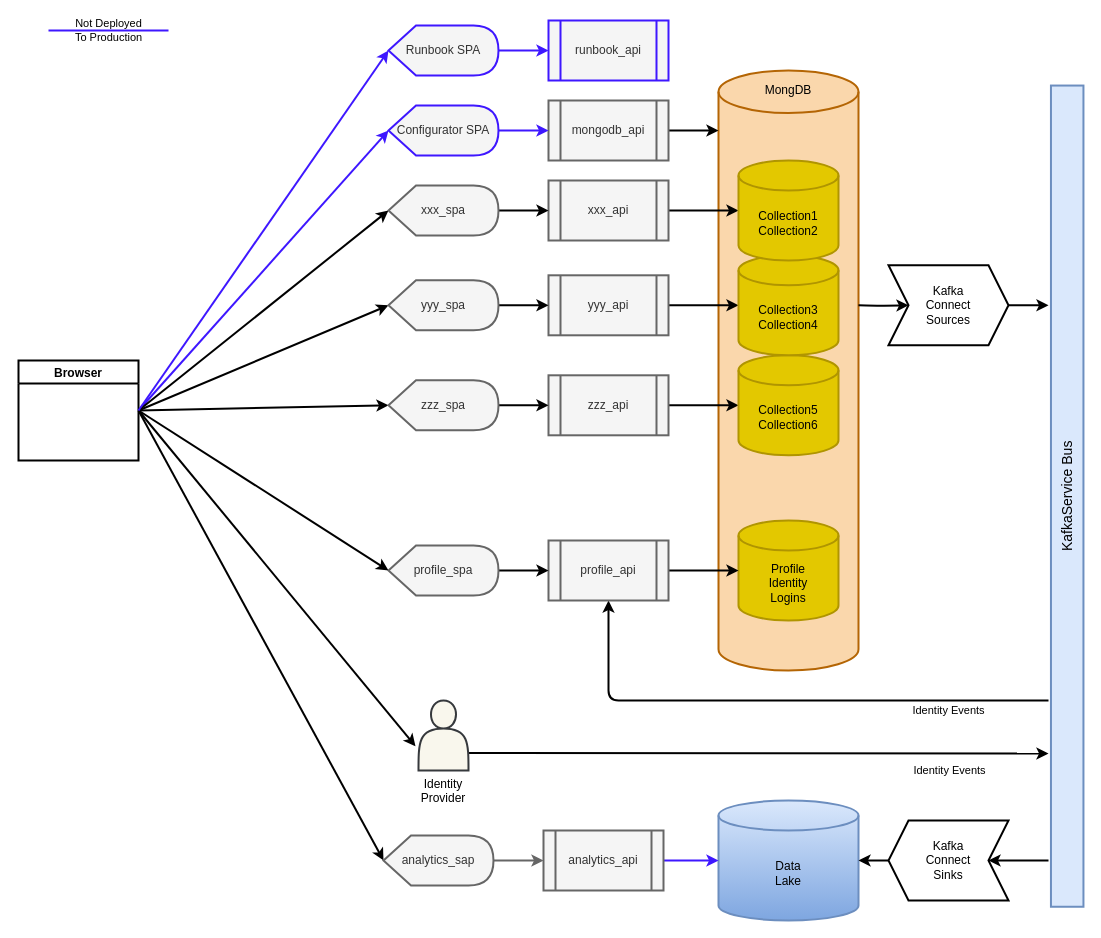
Above: .stage0_template/test_expected/Specifications/ArchitectureDiagram.drawio in agile-learning-institute/stage0_template_umbrella (draw.io), before the change. Source tidied: cells renumbered, new cells numbered last; positions are measured from the earlier drawing's top-left corner, leaving out a move shared by most shapes. Both pictures are drawn from the tidied source at 100%, with x=0, y=0 at pixel (18, 20).
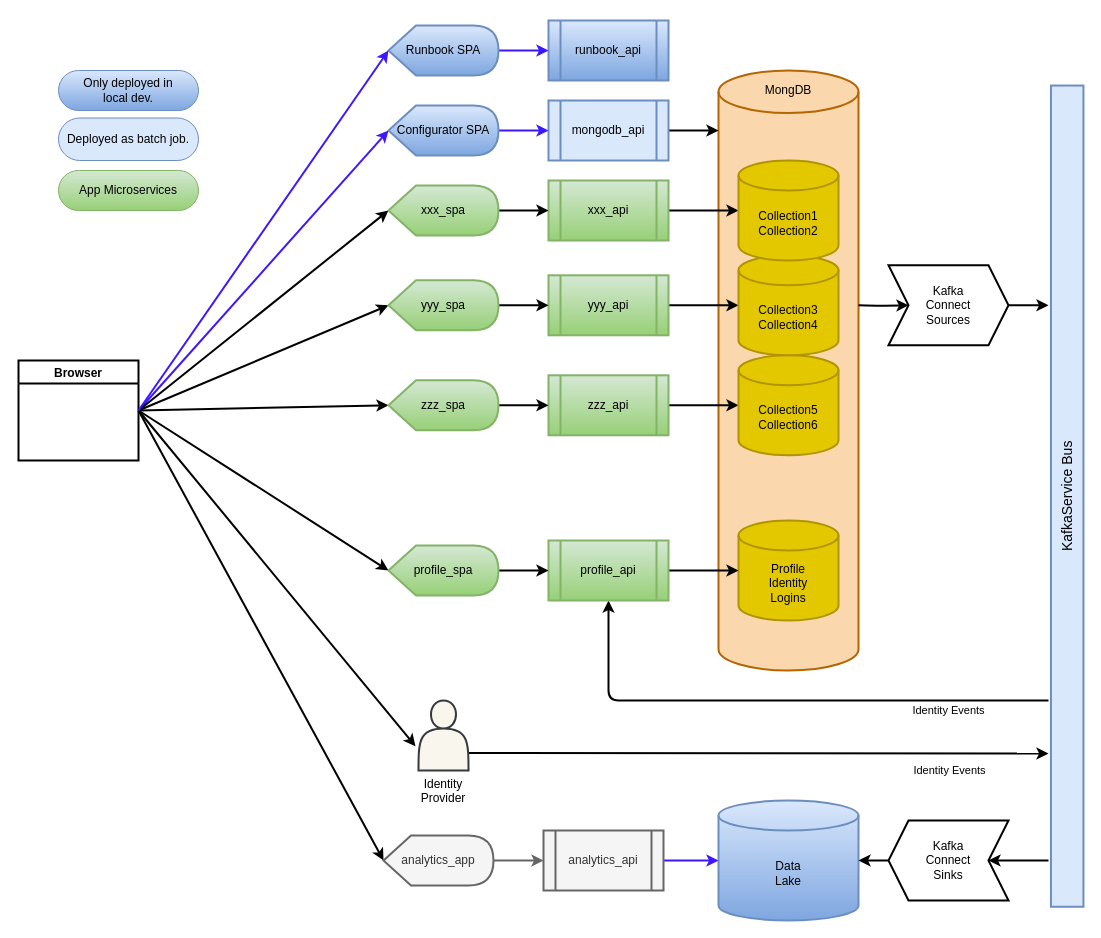
Above is the later version.

Commit message (it also covers changes not shown here):
updated Architecture diagram

Change to the diagram source:
```diff
@@
-    <mxCell id="5" value="mongodb_api" style="shape=process;whiteSpace=wrap;html=1;backgroundOutline=1;strokeColor=#666666;strokeWidth=2;fillColor=#f5f5f5;fontColor=#333333;" parent="1" vertex="1">
+    <mxCell id="5" value="mongodb_api" style="shape=process;whiteSpace=wrap;html=1;backgroundOutline=1;strokeColor=#6c8ebf;strokeWidth=2;fillColor=#dae8fc;fontColor=#000000;" parent="1" vertex="1">
       <mxGeometry x="530" y="80" width="120" height="60" as="geometry" />
     </mxCell>
@@
-    <mxCell id="7" value="Configurator SPA" style="shape=display;whiteSpace=wrap;html=1;strokeWidth=2;strokeColor=#3E17FF;fillColor=#f5f5f5;fontColor=#333333;" parent="1" vertex="1">
+    <mxCell id="7" value="Configurator SPA" style="shape=display;whiteSpace=wrap;html=1;strokeWidth=2;strokeColor=#6c8ebf;fillColor=#dae8fc;gradientColor=#7ea6e0;fontColor=#000000;" parent="1" vertex="1">
       <mxGeometry x="370" y="85" width="110" height="50" as="geometry" />
     </mxCell>
@@
-    <mxCell id="23" value="yyy_api" style="shape=process;whiteSpace=wrap;html=1;backgroundOutline=1;strokeColor=#666666;strokeWidth=2;fillColor=#f5f5f5;fontColor=#333333;" parent="1" vertex="1">
+    <mxCell id="23" value="yyy_api" style="shape=process;whiteSpace=wrap;html=1;backgroundOutline=1;strokeColor=#82b366;strokeWidth=2;fillColor=#d5e8d4;gradientColor=#97d077;fontColor=#000000;" parent="1" vertex="1">
       <mxGeometry x="530" y="254.8" width="120" height="60" as="geometry" />
     </mxCell>
@@
-    <mxCell id="25" value="yyy_spa" style="shape=display;whiteSpace=wrap;html=1;strokeColor=#666666;strokeWidth=2;fillColor=#f5f5f5;fontColor=#333333;" parent="1" vertex="1">
+    <mxCell id="25" value="yyy_spa" style="shape=display;whiteSpace=wrap;html=1;strokeColor=#82b366;strokeWidth=2;fillColor=#d5e8d4;gradientColor=#97d077;fontColor=#000000;" parent="1" vertex="1">
       <mxGeometry x="370" y="259.8" width="110" height="50" as="geometry" />
     </mxCell>
@@
-    <mxCell id="27" value="zzz_api" style="shape=process;whiteSpace=wrap;html=1;backgroundOutline=1;strokeColor=#666666;strokeWidth=2;fillColor=#f5f5f5;fontColor=#333333;" parent="1" vertex="1">
+    <mxCell id="27" value="zzz_api" style="shape=process;whiteSpace=wrap;html=1;backgroundOutline=1;strokeColor=#82b366;strokeWidth=2;fillColor=#d5e8d4;gradientColor=#97d077;fontColor=#000000;" parent="1" vertex="1">
       <mxGeometry x="530" y="354.8" width="120" height="60" as="geometry" />
     </mxCell>
@@
-    <mxCell id="29" value="zzz_spa" style="shape=display;whiteSpace=wrap;html=1;strokeColor=#666666;strokeWidth=2;fillColor=#f5f5f5;fontColor=#333333;" parent="1" vertex="1">
+    <mxCell id="29" value="zzz_spa" style="shape=display;whiteSpace=wrap;html=1;strokeColor=#82b366;strokeWidth=2;fillColor=#d5e8d4;gradientColor=#97d077;fontColor=#000000;" parent="1" vertex="1">
       <mxGeometry x="370" y="359.8" width="110" height="50" as="geometry" />
     </mxCell>
@@
-    <mxCell id="31" value="xxx_api" style="shape=process;whiteSpace=wrap;html=1;backgroundOutline=1;strokeColor=#666666;strokeWidth=2;fillColor=#f5f5f5;fontColor=#333333;" parent="1" vertex="1">
+    <mxCell id="31" value="xxx_api" style="shape=process;whiteSpace=wrap;html=1;backgroundOutline=1;strokeColor=#82b366;strokeWidth=2;fillColor=#d5e8d4;gradientColor=#97d077;fontColor=#000000;" parent="1" vertex="1">
       <mxGeometry x="530" y="160" width="120" height="60" as="geometry" />
     </mxCell>
@@
-    <mxCell id="33" value="xxx_spa&lt;br&gt;" style="shape=display;whiteSpace=wrap;html=1;strokeColor=#666666;strokeWidth=2;fillColor=#f5f5f5;fontColor=#333333;" parent="1" vertex="1">
+    <mxCell id="33" value="xxx_spa&lt;br&gt;" style="shape=display;whiteSpace=wrap;html=1;strokeColor=#82b366;strokeWidth=2;fillColor=#d5e8d4;gradientColor=#97d077;fontColor=#000000;" parent="1" vertex="1">
       <mxGeometry x="370" y="165" width="110" height="50" as="geometry" />
     </mxCell>
@@
-    <mxCell id="37" value="profile_api" style="shape=process;whiteSpace=wrap;html=1;backgroundOutline=1;strokeColor=#666666;strokeWidth=2;fillColor=#f5f5f5;fontColor=#333333;" parent="1" vertex="1">
+    <mxCell id="37" value="profile_api" style="shape=process;whiteSpace=wrap;html=1;backgroundOutline=1;strokeColor=#82b366;strokeWidth=2;fillColor=#d5e8d4;gradientColor=#97d077;fontColor=#000000;" parent="1" vertex="1">
       <mxGeometry x="530" y="520" width="120" height="60" as="geometry" />
     </mxCell>
@@
-    <mxCell id="39" value="profile_spa" style="shape=display;whiteSpace=wrap;html=1;strokeColor=#666666;strokeWidth=2;fillColor=#f5f5f5;fontColor=#333333;" parent="1" vertex="1">
+    <mxCell id="39" value="profile_spa" style="shape=display;whiteSpace=wrap;html=1;strokeColor=#82b366;strokeWidth=2;fillColor=#d5e8d4;gradientColor=#97d077;fontColor=#000000;" parent="1" vertex="1">
       <mxGeometry x="370" y="525" width="110" height="50" as="geometry" />
     </mxCell>
@@
-    <mxCell id="50" value="analytics_sap" style="shape=display;whiteSpace=wrap;html=1;strokeColor=#666666;strokeWidth=2;fillColor=#f5f5f5;fontColor=#333333;" parent="1" vertex="1">
+    <mxCell id="50" value="analytics_app" style="shape=display;whiteSpace=wrap;html=1;strokeColor=#666666;strokeWidth=2;fillColor=#f5f5f5;fontColor=#333333;" parent="1" vertex="1">
       <mxGeometry x="365" y="815" width="110" height="50" as="geometry" />
     </mxCell>
-    <mxCell id="51" value="runbook_api" style="shape=process;whiteSpace=wrap;html=1;backgroundOutline=1;strokeColor=#3E17FF;strokeWidth=2;fillColor=#f5f5f5;fontColor=#333333;" parent="1" vertex="1">
+    <mxCell id="51" value="runbook_api" style="shape=process;whiteSpace=wrap;html=1;backgroundOutline=1;strokeColor=#6c8ebf;strokeWidth=2;fillColor=#dae8fc;gradientColor=#7ea6e0;fontColor=#000000;" parent="1" vertex="1">
       <mxGeometry x="530" width="120" height="60" as="geometry" />
     </mxCell>
@@
-    <mxCell id="53" value="Runbook SPA" style="shape=display;whiteSpace=wrap;html=1;strokeWidth=2;strokeColor=#3E17FF;fillColor=#f5f5f5;fontColor=#333333;" parent="1" vertex="1">
+    <mxCell id="53" value="Runbook SPA" style="shape=display;whiteSpace=wrap;html=1;strokeWidth=2;strokeColor=#6c8ebf;fillColor=#dae8fc;gradientColor=#7ea6e0;fontColor=#000000;" parent="1" vertex="1">
       <mxGeometry x="370" y="5" width="110" height="50" as="geometry" />
     </mxCell>
@@
-    <mxCell id="55" value="Not Deployed&lt;br&gt;To Production" style="edgeStyle=none;html=1;strokeWidth=2;strokeColor=#3E17FF;endArrow=none;endFill=0;fillColor=#f5f5f5;labelBackgroundColor=none;fontColor=#000000;" parent="1" edge="1">
-      <mxGeometry relative="1" as="geometry">
-        <mxPoint x="30" y="10" as="sourcePoint" />
-        <mxPoint x="150" y="10" as="targetPoint" />
-      </mxGeometry>
-    </mxCell>
+    <mxCell id="56" value="Only deployed in &lt;br&gt;local dev." style="rounded=1;whiteSpace=wrap;html=1;fillColor=#dae8fc;gradientColor=#7ea6e0;strokeColor=#6c8ebf;fontColor=#000000;arcSize=50;" parent="1" vertex="1">
+      <mxGeometry x="40" y="50" width="140" height="40" as="geometry" />
+    </mxCell>
+    <mxCell id="57" value="Deployed as batch job." style="rounded=1;whiteSpace=wrap;html=1;fillColor=#dae8fc;strokeColor=#6c8ebf;fontColor=#000000;arcSize=50;" parent="1" vertex="1">
+      <mxGeometry x="40" y="97.5" width="140" height="42.5" as="geometry" />
+    </mxCell>
+    <mxCell id="58" value="App Microservices" style="rounded=1;whiteSpace=wrap;html=1;fillColor=#d5e8d4;strokeColor=#82b366;arcSize=50;gradientColor=#97d077;fontColor=#000000;" parent="1" vertex="1">
+      <mxGeometry x="40" y="150" width="140" height="40" as="geometry" />
+    </mxCell>
```
